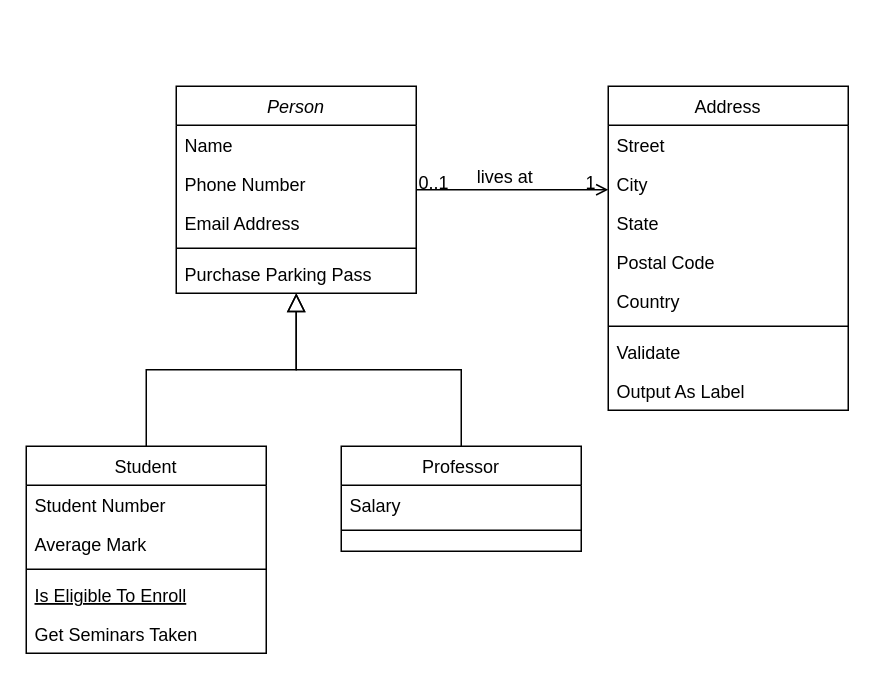
Before: schedule.drawio in kim201621123/java_personal_task_3, a draw.io diagram. Source tidied: cells renumbered, new cells numbered last; positions are measured from the earlier drawing's top-left corner, leaving out a move shared by most shapes. Both pictures are drawn from the tidied source at 150%, with x=0, y=0 at pixel (26, 86).
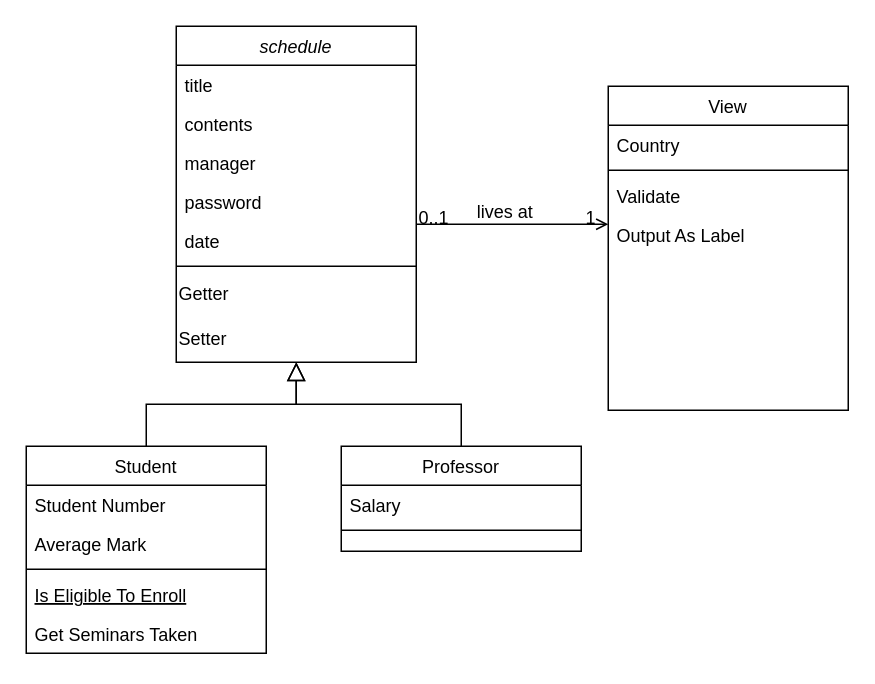
The same page after the edit.

The edit, as a diff of the source:
```diff
@@
-    <mxCell id="2" value="Person" style="swimlane;fontStyle=2;align=center;verticalAlign=top;horizontal=1;startSize=26;rounded=0;shadow=0;strokeWidth=1;" parent="1" vertex="1">
-      <mxGeometry x="100" width="160" height="138" as="geometry" />
+    <mxCell id="2" value="schedule" style="swimlane;fontStyle=2;align=center;verticalAlign=top;horizontal=1;startSize=26;rounded=0;shadow=0;strokeWidth=1;" parent="1" vertex="1">
+      <mxGeometry x="100" y="-40" width="160" height="224" as="geometry" />
     </mxCell>
-    <mxCell id="3" value="Name" style="text;align=left;verticalAlign=top;spacingLeft=4;spacingRight=4;overflow=hidden;" parent="2" vertex="1">
+    <mxCell id="3" value="title" style="text;align=left;verticalAlign=top;spacingLeft=4;spacingRight=4;overflow=hidden;" parent="2" vertex="1">
       <mxGeometry y="26" width="160" height="26" as="geometry" />
     </mxCell>
-    <mxCell id="4" value="Phone Number" style="text;align=left;verticalAlign=top;spacingLeft=4;spacingRight=4;overflow=hidden;rounded=0;shadow=0;html=0;" parent="2" vertex="1">
+    <mxCell id="4" value="contents" style="text;align=left;verticalAlign=top;spacingLeft=4;spacingRight=4;overflow=hidden;rounded=0;shadow=0;html=0;" parent="2" vertex="1">
       <mxGeometry y="52" width="160" height="26" as="geometry" />
     </mxCell>
-    <mxCell id="5" value="Email Address" style="text;align=left;verticalAlign=top;spacingLeft=4;spacingRight=4;overflow=hidden;rounded=0;shadow=0;html=0;" parent="2" vertex="1">
+    <mxCell id="5" value="manager" style="text;align=left;verticalAlign=top;spacingLeft=4;spacingRight=4;overflow=hidden;rounded=0;shadow=0;html=0;" parent="2" vertex="1">
       <mxGeometry y="78" width="160" height="26" as="geometry" />
     </mxCell>
-    <mxCell id="6" style="line;html=1;strokeWidth=1;align=left;verticalAlign=middle;spacingTop=-1;spacingLeft=3;spacingRight=3;labelPosition=right;" parent="2" vertex="1">
-      <mxGeometry y="104" width="160" height="8" as="geometry" />
-    </mxCell>
-    <mxCell id="7" value="Purchase Parking Pass" style="text;align=left;verticalAlign=top;spacingLeft=4;spacingRight=4;overflow=hidden;" parent="2" vertex="1">
-      <mxGeometry y="112" width="160" height="26" as="geometry" />
-    </mxCell>
+    <mxCell id="32" value="password" style="text;align=left;verticalAlign=top;spacingLeft=4;spacingRight=4;overflow=hidden;rounded=0;shadow=0;html=0;" parent="2" vertex="1">
+      <mxGeometry y="104" width="160" height="26" as="geometry" />
+    </mxCell>
+    <mxCell id="33" value="date" style="text;align=left;verticalAlign=top;spacingLeft=4;spacingRight=4;overflow=hidden;rounded=0;shadow=0;html=0;" parent="2" vertex="1">
+      <mxGeometry y="130" width="160" height="26" as="geometry" />
+    </mxCell>
+    <mxCell id="34" style="line;html=1;strokeWidth=1;align=left;verticalAlign=middle;spacingTop=-1;spacingLeft=3;spacingRight=3;labelPosition=right;" parent="2" vertex="1">
+      <mxGeometry y="156" width="160" height="8" as="geometry" />
+    </mxCell>
+    <mxCell id="35" value="Getter" style="text;html=1;align=left;verticalAlign=middle;strokeColor=none;fillColor=none;" parent="2" vertex="1">
+      <mxGeometry y="164" width="160" height="30" as="geometry" />
+    </mxCell>
+    <mxCell id="36" value="Setter" style="text;html=1;align=left;verticalAlign=middle;strokeColor=none;fillColor=none;" parent="2" vertex="1">
+      <mxGeometry y="194" width="160" height="30" as="geometry" />
+    </mxCell>
@@
-    <mxCell id="19" value="Address" style="swimlane;fontStyle=0;align=center;verticalAlign=top;horizontal=1;startSize=26;rounded=0;shadow=0;strokeWidth=1;" parent="1" vertex="1">
+    <mxCell id="19" value="View" style="swimlane;fontStyle=0;align=center;verticalAlign=top;horizontal=1;startSize=26;rounded=0;shadow=0;strokeWidth=1;" parent="1" vertex="1">
       <mxGeometry x="388" width="160" height="216" as="geometry" />
     </mxCell>
-    <mxCell id="20" value="Street" style="text;align=left;verticalAlign=top;spacingLeft=4;spacingRight=4;overflow=hidden;" parent="19" vertex="1">
-      <mxGeometry y="26" width="160" height="26" as="geometry" />
-    </mxCell>
-    <mxCell id="21" value="City" style="text;align=left;verticalAlign=top;spacingLeft=4;spacingRight=4;overflow=hidden;rounded=0;shadow=0;html=0;" parent="19" vertex="1">
-      <mxGeometry y="52" width="160" height="26" as="geometry" />
-    </mxCell>
-    <mxCell id="22" value="State" style="text;align=left;verticalAlign=top;spacingLeft=4;spacingRight=4;overflow=hidden;rounded=0;shadow=0;html=0;" parent="19" vertex="1">
-      <mxGeometry y="78" width="160" height="26" as="geometry" />
-    </mxCell>
-    <mxCell id="23" value="Postal Code" style="text;align=left;verticalAlign=top;spacingLeft=4;spacingRight=4;overflow=hidden;rounded=0;shadow=0;html=0;" parent="19" vertex="1">
-      <mxGeometry y="104" width="160" height="26" as="geometry" />
-    </mxCell>
     <mxCell id="24" value="Country" style="text;align=left;verticalAlign=top;spacingLeft=4;spacingRight=4;overflow=hidden;rounded=0;shadow=0;html=0;" parent="19" vertex="1">
-      <mxGeometry y="130" width="160" height="26" as="geometry" />
+      <mxGeometry y="26" width="160" height="26" as="geometry" />
     </mxCell>
     <mxCell id="25" style="line;html=1;strokeWidth=1;align=left;verticalAlign=middle;spacingTop=-1;spacingLeft=3;spacingRight=3;labelPosition=right;" parent="19" vertex="1">
-      <mxGeometry y="156" width="160" height="8" as="geometry" />
+      <mxGeometry y="52" width="160" height="8" as="geometry" />
     </mxCell>
     <mxCell id="26" value="Validate" style="text;align=left;verticalAlign=top;spacingLeft=4;spacingRight=4;overflow=hidden;" parent="19" vertex="1">
-      <mxGeometry y="164" width="160" height="26" as="geometry" />
+      <mxGeometry y="60" width="160" height="26" as="geometry" />
     </mxCell>
     <mxCell id="27" value="Output As Label" style="text;align=left;verticalAlign=top;spacingLeft=4;spacingRight=4;overflow=hidden;" parent="19" vertex="1">
-      <mxGeometry y="190" width="160" height="26" as="geometry" />
+      <mxGeometry y="86" width="160" height="26" as="geometry" />
     </mxCell>
```
